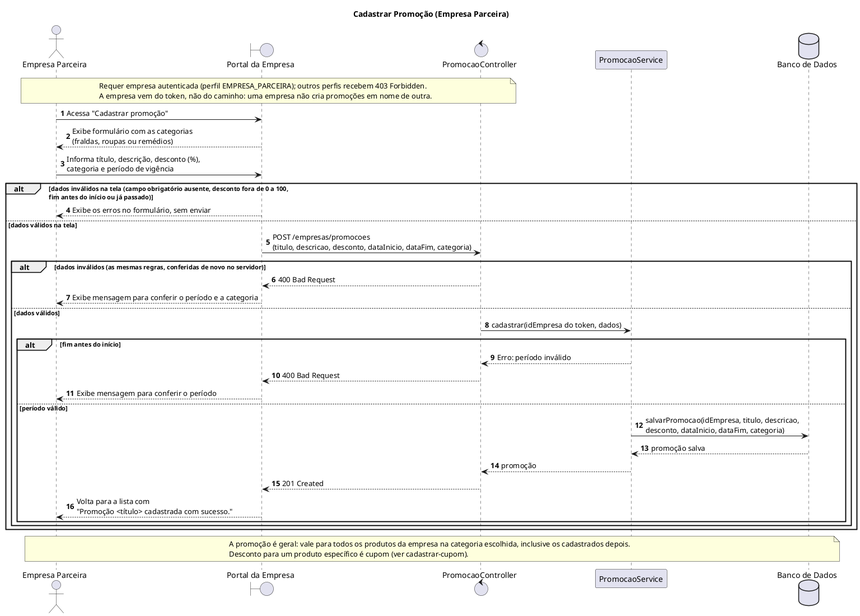
Above: docs/sequence-diagrams/cadastrar-promocao/cadastrar-promocao.png in CozyShelf/previna-backend (PlantUML), before the change. The source it was exported from:
```plantuml
@startuml cadastrar-promocao
title Cadastrar Promoção (Empresa Parceira)
autonumber

actor "Empresa Parceira" as Empresa
boundary "Portal da Empresa" as Portal
control "PromocaoController" as Controller
participant "PromocaoService" as Service
database "Banco de Dados" as BD

note over Empresa, Controller
    Requer empresa autenticada (perfil EMPRESA_PARCEIRA); outros perfis recebem 403 Forbidden.
    A empresa vem do token, não do caminho: uma empresa não cria promoções em nome de outra.
end note

Empresa -> Portal : Acessa "Cadastrar promoção"
Portal --> Empresa : Exibe formulário com as categorias\n(fraldas, roupas ou remédios)
Empresa -> Portal : Informa título, descrição, desconto (%),\ncategoria e período de vigência

alt dados inválidos na tela (campo obrigatório ausente, desconto fora de 0 a 100,\nfim antes do início ou já passado)
    Portal --> Empresa : Exibe os erros no formulário, sem enviar
else dados válidos na tela
    Portal -> Controller : POST /empresas/promocoes\n(titulo, descricao, desconto, dataInicio, dataFim, categoria)

    alt dados inválidos (as mesmas regras, conferidas de novo no servidor)
        Controller --> Portal : 400 Bad Request
        Portal --> Empresa : Exibe mensagem para conferir o período e a categoria
    else dados válidos
        Controller -> Service : cadastrar(idEmpresa do token, dados)

        alt fim antes do início
            Service --> Controller : Erro: período inválido
            Controller --> Portal : 400 Bad Request
            Portal --> Empresa : Exibe mensagem para conferir o período
        else período válido
            Service -> BD : salvarPromocao(idEmpresa, titulo, descricao,\ndesconto, dataInicio, dataFim, categoria)
            BD --> Service : promoção salva
            Service --> Controller : promoção
            Controller --> Portal : 201 Created
            Portal --> Empresa : Volta para a lista com\n"Promoção <título> cadastrada com sucesso."
        end
    end
end

note over Empresa, BD
    A promoção é geral: vale para todos os produtos da empresa na categoria escolhida, inclusive os cadastrados depois.
    Desconto para um produto específico é cupom (ver cadastrar-cupom).
end note

@enduml
```
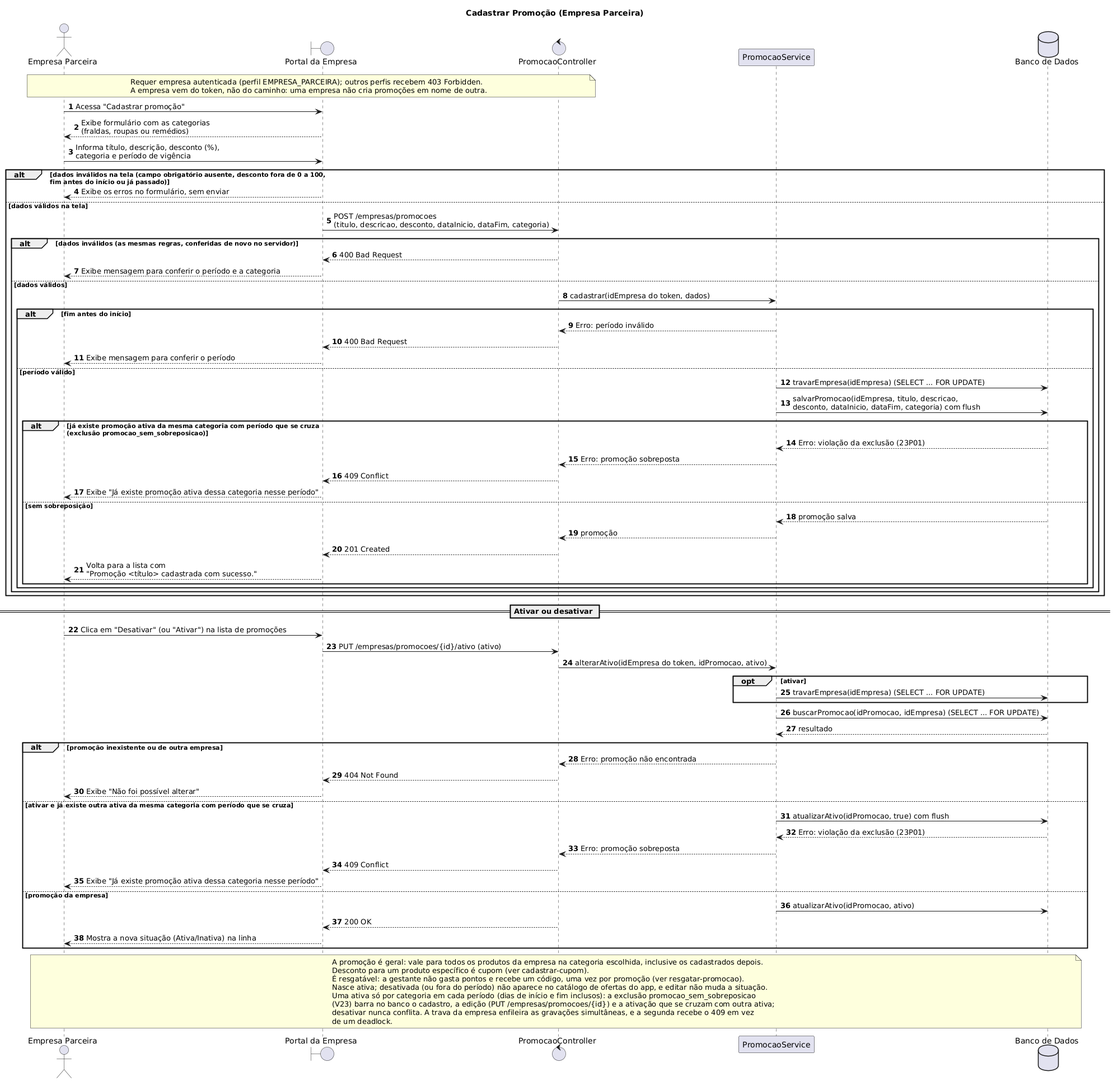
After the commit.

Commit message:
docs: promoção resgatável, tabela única de resgates e D12

Diff of the diagram source:
```diff
@@ -33,18 +33,60 @@
             Controller --> Portal : 400 Bad Request
             Portal --> Empresa : Exibe mensagem para conferir o período
         else período válido
-            Service -> BD : salvarPromocao(idEmpresa, titulo, descricao,\ndesconto, dataInicio, dataFim, categoria)
-            BD --> Service : promoção salva
-            Service --> Controller : promoção
-            Controller --> Portal : 201 Created
-            Portal --> Empresa : Volta para a lista com\n"Promoção <título> cadastrada com sucesso."
+            Service -> BD : travarEmpresa(idEmpresa) (SELECT ... FOR UPDATE)
+            Service -> BD : salvarPromocao(idEmpresa, titulo, descricao,\ndesconto, dataInicio, dataFim, categoria) com flush
+
+            alt já existe promoção ativa da mesma categoria com período que se cruza\n(exclusão promocao_sem_sobreposicao)
+                BD --> Service : Erro: violação da exclusão (23P01)
+                Service --> Controller : Erro: promoção sobreposta
+                Controller --> Portal : 409 Conflict
+                Portal --> Empresa : Exibe "Já existe promoção ativa dessa categoria nesse período"
+            else sem sobreposição
+                BD --> Service : promoção salva
+                Service --> Controller : promoção
+                Controller --> Portal : 201 Created
+                Portal --> Empresa : Volta para a lista com\n"Promoção <título> cadastrada com sucesso."
+            end
         end
     end
+end
+
+== Ativar ou desativar ==
+
+Empresa -> Portal : Clica em "Desativar" (ou "Ativar") na lista de promoções
+Portal -> Controller : PUT /empresas/promocoes/{id}/ativo (ativo)
+Controller -> Service : alterarAtivo(idEmpresa do token, idPromocao, ativo)
+opt ativar
+    Service -> BD : travarEmpresa(idEmpresa) (SELECT ... FOR UPDATE)
+end
+Service -> BD : buscarPromocao(idPromocao, idEmpresa) (SELECT ... FOR UPDATE)
+BD --> Service : resultado
+
+alt promoção inexistente ou de outra empresa
+    Service --> Controller : Erro: promoção não encontrada
+    Controller --> Portal : 404 Not Found
+    Portal --> Empresa : Exibe "Não foi possível alterar"
+else ativar e já existe outra ativa da mesma categoria com período que se cruza
+    Service -> BD : atualizarAtivo(idPromocao, true) com flush
+    BD --> Service : Erro: violação da exclusão (23P01)
+    Service --> Controller : Erro: promoção sobreposta
+    Controller --> Portal : 409 Conflict
+    Portal --> Empresa : Exibe "Já existe promoção ativa dessa categoria nesse período"
+else promoção da empresa
+    Service -> BD : atualizarAtivo(idPromocao, ativo)
+    Controller --> Portal : 200 OK
+    Portal --> Empresa : Mostra a nova situação (Ativa/Inativa) na linha
 end
 
 note over Empresa, BD
     A promoção é geral: vale para todos os produtos da empresa na categoria escolhida, inclusive os cadastrados depois.
     Desconto para um produto específico é cupom (ver cadastrar-cupom).
+    É resgatável: a gestante não gasta pontos e recebe um código, uma vez por promoção (ver resgatar-promocao).
+    Nasce ativa; desativada (ou fora do período) não aparece no catálogo de ofertas do app, e editar não muda a situação.
+    Uma ativa só por categoria em cada período (dias de início e fim inclusos): a exclusão promocao_sem_sobreposicao
+    (V23) barra no banco o cadastro, a edição (PUT /empresas/promocoes/{id}) e a ativação que se cruzam com outra ativa;
+    desativar nunca conflita. A trava da empresa enfileira as gravações simultâneas, e a segunda recebe o 409 em vez
+    de um deadlock.
 end note
 
 @enduml
```
